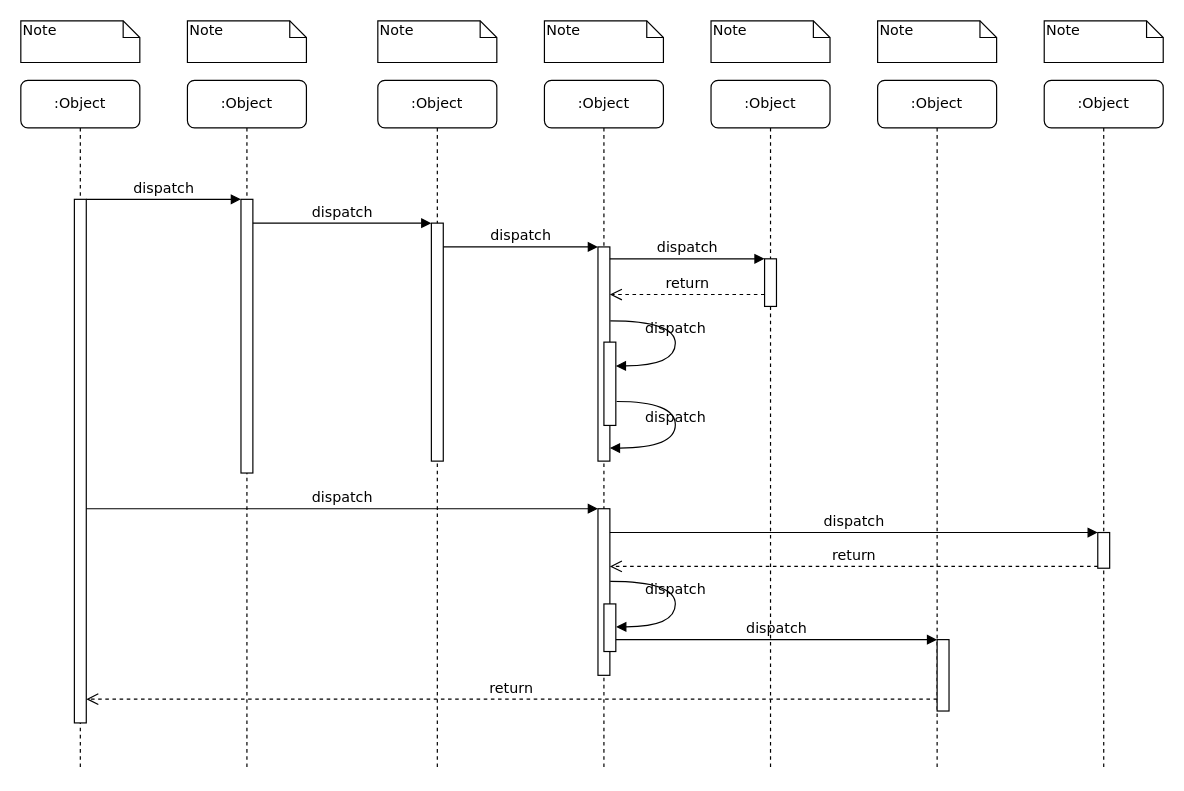
subing4438/proj keeps this draw.io diagram as Untitled Diagram.drawio. Above is the earlier version. Source tidied: cells renumbered, new cells numbered last; positions are measured from the earlier drawing's top-left corner, leaving out a move shared by most shapes. Both pictures are drawn from the tidied source at 119%, with x=0, y=0 at pixel (20, 20).
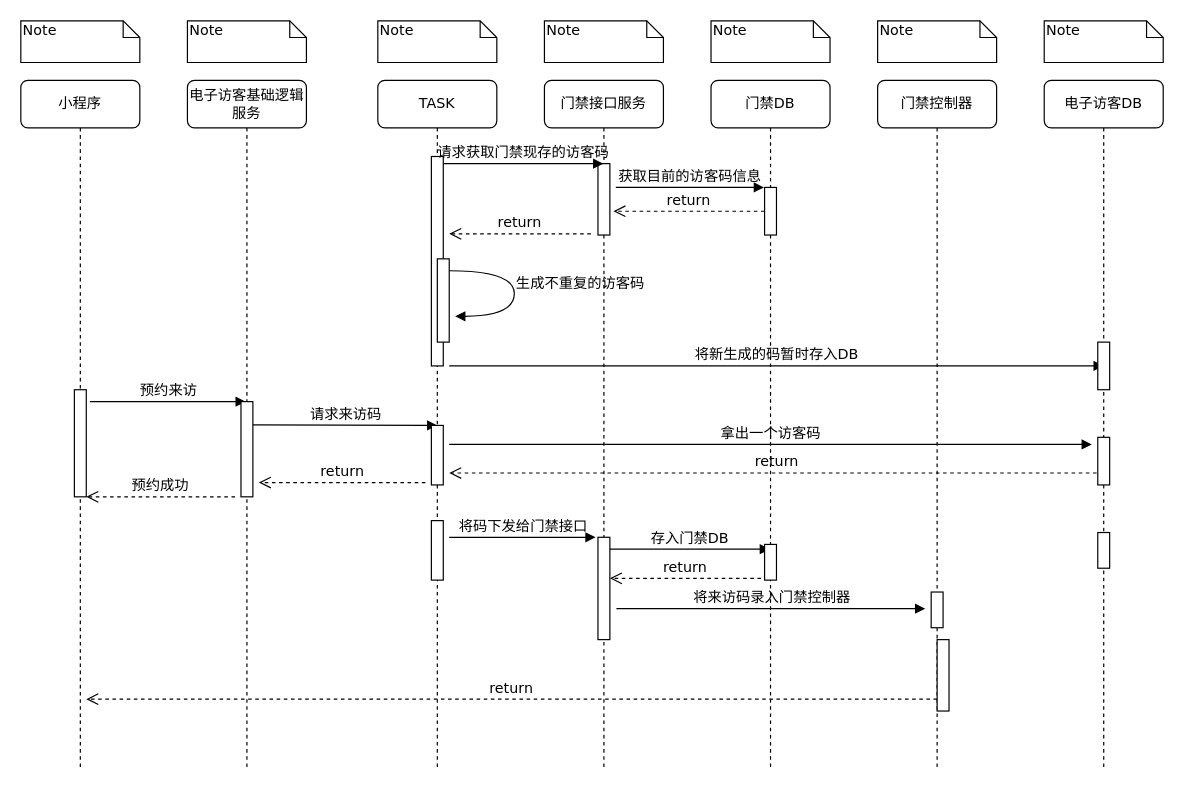
Above is the later version.

Commit message (it also covers changes not shown here):
电子访客流程图.drawio

The change refers to these unchanged cells:
```xml
<mxCell id="19" style="html=1;points=[];perimeter=orthogonalPerimeter;rounded=0;shadow=0;comic=0;labelBackgroundColor=none;strokeColor=#000000;strokeWidth=1;fillColor=#FFFFFF;fontFamily=Verdana;fontSize=12;fontColor=#000000;align=center;" parent="1" vertex="1">
  <mxGeometry x="905" y="430" width="10" height="30" as="geometry" />
</mxCell>
<mxCell id="22" style="html=1;points=[];perimeter=orthogonalPerimeter;rounded=0;shadow=0;comic=0;labelBackgroundColor=none;strokeWidth=1;fontFamily=Verdana;fontSize=12;align=center;" parent="1" vertex="1">
  <mxGeometry x="770" y="520" width="10" height="60" as="geometry" />
</mxCell>
```

The edit, as a diff of the source:
```diff
@@
-    <mxCell id="2" value=":Object" style="shape=umlLifeline;perimeter=lifelinePerimeter;whiteSpace=wrap;html=1;rounded=1;shadow=0;comic=0;labelBackgroundColor=none;strokeWidth=1;fontFamily=Verdana;fontSize=12;align=center;" parent="1" vertex="1">
+    <mxCell id="2" value="电子访客基础逻辑服务" style="shape=umlLifeline;perimeter=lifelinePerimeter;whiteSpace=wrap;html=1;rounded=1;shadow=0;comic=0;labelBackgroundColor=none;strokeWidth=1;fontFamily=Verdana;fontSize=12;align=center;" parent="1" vertex="1">
       <mxGeometry x="140" y="50" width="100" height="580" as="geometry" />
     </mxCell>
-    <mxCell id="3" style="html=1;points=[];perimeter=orthogonalPerimeter;rounded=0;shadow=0;comic=0;labelBackgroundColor=none;strokeWidth=1;fontFamily=Verdana;fontSize=12;align=center;" parent="2" vertex="1">
-      <mxGeometry x="45" y="100" width="10" height="230" as="geometry" />
-    </mxCell>
-    <mxCell id="4" value=":Object" style="shape=umlLifeline;perimeter=lifelinePerimeter;whiteSpace=wrap;html=1;rounded=1;shadow=0;comic=0;labelBackgroundColor=none;strokeWidth=1;fontFamily=Verdana;fontSize=12;align=center;" parent="1" vertex="1">
+    <mxCell id="4" value="TASK" style="shape=umlLifeline;perimeter=lifelinePerimeter;whiteSpace=wrap;html=1;rounded=1;shadow=0;comic=0;labelBackgroundColor=none;strokeWidth=1;fontFamily=Verdana;fontSize=12;align=center;" parent="1" vertex="1">
       <mxGeometry x="300" y="50" width="100" height="580" as="geometry" />
     </mxCell>
     <mxCell id="5" style="html=1;points=[];perimeter=orthogonalPerimeter;rounded=0;shadow=0;comic=0;labelBackgroundColor=none;strokeWidth=1;fontFamily=Verdana;fontSize=12;align=center;" parent="4" vertex="1">
-      <mxGeometry x="45" y="120" width="10" height="200" as="geometry" />
+      <mxGeometry x="45" y="64" width="10" height="176" as="geometry" />
     </mxCell>
-    <mxCell id="6" value=":Object" style="shape=umlLifeline;perimeter=lifelinePerimeter;whiteSpace=wrap;html=1;outlineConnect=0;rounded=1;shadow=0;comic=0;labelBackgroundColor=none;strokeWidth=1;fontFamily=Verdana;fontSize=12;align=center;" parent="1" vertex="1">
+    <mxCell id="6" value="门禁接口服务" style="shape=umlLifeline;perimeter=lifelinePerimeter;whiteSpace=wrap;html=1;outlineConnect=0;rounded=1;shadow=0;comic=0;labelBackgroundColor=none;strokeWidth=1;fontFamily=Verdana;fontSize=12;align=center;" parent="1" vertex="1">
       <mxGeometry x="440" y="50" width="100" height="580" as="geometry" />
     </mxCell>
-    <mxCell id="7" value=":Object" style="shape=umlLifeline;perimeter=lifelinePerimeter;whiteSpace=wrap;html=1;rounded=1;shadow=0;comic=0;labelBackgroundColor=none;strokeWidth=1;fontFamily=Verdana;fontSize=12;align=center;" parent="1" vertex="1">
+    <mxCell id="7" value="门禁DB" style="shape=umlLifeline;perimeter=lifelinePerimeter;whiteSpace=wrap;html=1;rounded=1;shadow=0;comic=0;labelBackgroundColor=none;strokeWidth=1;fontFamily=Verdana;fontSize=12;align=center;" parent="1" vertex="1">
       <mxGeometry x="580" y="50" width="100" height="580" as="geometry" />
     </mxCell>
-    <mxCell id="8" value=":Object" style="shape=umlLifeline;perimeter=lifelinePerimeter;whiteSpace=wrap;html=1;rounded=1;shadow=0;comic=0;labelBackgroundColor=none;strokeWidth=1;fontFamily=Verdana;fontSize=12;align=center;" parent="1" vertex="1">
+    <mxCell id="8" value="门禁控制器" style="shape=umlLifeline;perimeter=lifelinePerimeter;whiteSpace=wrap;html=1;rounded=1;shadow=0;comic=0;labelBackgroundColor=none;strokeWidth=1;fontFamily=Verdana;fontSize=12;align=center;" parent="1" vertex="1">
       <mxGeometry x="720" y="50" width="100" height="580" as="geometry" />
     </mxCell>
-    <mxCell id="9" value=":Object" style="shape=umlLifeline;perimeter=lifelinePerimeter;whiteSpace=wrap;html=1;rounded=1;shadow=0;comic=0;labelBackgroundColor=none;strokeWidth=1;fontFamily=Verdana;fontSize=12;align=center;" parent="1" vertex="1">
+    <mxCell id="9" value="电子访客DB" style="shape=umlLifeline;perimeter=lifelinePerimeter;whiteSpace=wrap;html=1;rounded=1;shadow=0;comic=0;labelBackgroundColor=none;strokeWidth=1;fontFamily=Verdana;fontSize=12;align=center;" parent="1" vertex="1">
       <mxGeometry x="860" y="50" width="100" height="580" as="geometry" />
     </mxCell>
-    <mxCell id="10" value=":Object" style="shape=umlLifeline;perimeter=lifelinePerimeter;whiteSpace=wrap;html=1;rounded=1;shadow=0;comic=0;labelBackgroundColor=none;strokeWidth=1;fontFamily=Verdana;fontSize=12;align=center;" parent="1" vertex="1">
+    <mxCell id="10" value="小程序" style="shape=umlLifeline;perimeter=lifelinePerimeter;whiteSpace=wrap;html=1;rounded=1;shadow=0;comic=0;labelBackgroundColor=none;strokeWidth=1;fontFamily=Verdana;fontSize=12;align=center;" parent="1" vertex="1">
       <mxGeometry y="50" width="100" height="580" as="geometry" />
     </mxCell>
-    <mxCell id="11" style="html=1;points=[];perimeter=orthogonalPerimeter;rounded=0;shadow=0;comic=0;labelBackgroundColor=none;strokeWidth=1;fontFamily=Verdana;fontSize=12;align=center;" parent="10" vertex="1">
-      <mxGeometry x="45" y="100" width="10" height="440" as="geometry" />
-    </mxCell>
     <mxCell id="12" style="html=1;points=[];perimeter=orthogonalPerimeter;rounded=0;shadow=0;comic=0;labelBackgroundColor=none;strokeWidth=1;fontFamily=Verdana;fontSize=12;align=center;" parent="1" vertex="1">
-      <mxGeometry x="485" y="190" width="10" height="180" as="geometry" />
+      <mxGeometry x="485" y="120" width="10" height="60" as="geometry" />
     </mxCell>
-    <mxCell id="13" value="dispatch" style="html=1;verticalAlign=bottom;endArrow=block;labelBackgroundColor=none;fontFamily=Verdana;fontSize=12;edgeStyle=elbowEdgeStyle;elbow=vertical;" parent="1" edge="1" source="5" target="12">
-      <mxGeometry relative="1" as="geometry">
-        <Array as="points">
-          <mxPoint x="360" y="190" />
-        </Array>
-      </mxGeometry>
-    </mxCell>
     <mxCell id="14" style="html=1;points=[];perimeter=orthogonalPerimeter;rounded=0;shadow=0;comic=0;labelBackgroundColor=none;strokeWidth=1;fontFamily=Verdana;fontSize=12;align=center;" parent="1" vertex="1">
-      <mxGeometry x="625" y="200" width="10" height="40" as="geometry" />
+      <mxGeometry x="625" y="140" width="10" height="40" as="geometry" />
     </mxCell>
-    <mxCell id="15" value="dispatch" style="html=1;verticalAlign=bottom;endArrow=block;entryX=0;entryY=0;labelBackgroundColor=none;fontFamily=Verdana;fontSize=12;edgeStyle=elbowEdgeStyle;elbow=vertical;" parent="1" edge="1" source="12" target="14">
-      <mxGeometry relative="1" as="geometry" />
-    </mxCell>
-    <mxCell id="16" value="return" style="html=1;verticalAlign=bottom;endArrow=open;dashed=1;endSize=8;labelBackgroundColor=none;fontFamily=Verdana;fontSize=12;edgeStyle=elbowEdgeStyle;elbow=vertical;" parent="1" edge="1" source="14" target="12">
+    <mxCell id="16" value="return" style="html=1;verticalAlign=bottom;endArrow=open;dashed=1;endSize=8;labelBackgroundColor=none;fontFamily=Verdana;fontSize=12;edgeStyle=elbowEdgeStyle;elbow=vertical;" parent="1" edge="1" source="14">
       <mxGeometry relative="1" as="geometry">
+        <mxPoint x="498" y="160" as="targetPoint" />
         <Array as="points">
-          <mxPoint x="570" y="230" />
-          <mxPoint x="600" y="230" />
+          <mxPoint x="590" y="160" />
         </Array>
       </mxGeometry>
     </mxCell>
-    <mxCell id="17" style="html=1;points=[];perimeter=orthogonalPerimeter;rounded=0;shadow=0;comic=0;labelBackgroundColor=none;strokeWidth=1;fontFamily=Verdana;fontSize=12;align=center;" parent="1" vertex="1">
-      <mxGeometry x="485" y="410" width="10" height="140" as="geometry" />
-    </mxCell>
-    <mxCell id="18" value="dispatch" style="html=1;verticalAlign=bottom;endArrow=block;entryX=0;entryY=0;labelBackgroundColor=none;fontFamily=Verdana;fontSize=12;" parent="1" edge="1" source="11" target="17">
-      <mxGeometry relative="1" as="geometry" />
+    <mxCell id="18" value="请求来访码" style="html=1;verticalAlign=bottom;endArrow=block;labelBackgroundColor=none;fontFamily=Verdana;fontSize=12;" parent="1" edge="1">
+      <mxGeometry relative="1" as="geometry">
+        <mxPoint x="195" y="339.5" as="sourcePoint" />
+        <mxPoint x="350" y="340" as="targetPoint" />
+      </mxGeometry>
     </mxCell>
@@
-    <mxCell id="20" value="dispatch" style="html=1;verticalAlign=bottom;endArrow=block;entryX=0;entryY=0;labelBackgroundColor=none;fontFamily=Verdana;fontSize=12;" parent="1" edge="1" source="17" target="19">
-      <mxGeometry relative="1" as="geometry" />
-    </mxCell>
-    <mxCell id="21" value="return" style="html=1;verticalAlign=bottom;endArrow=open;dashed=1;endSize=8;exitX=0;exitY=0.95;labelBackgroundColor=none;fontFamily=Verdana;fontSize=12;" parent="1" edge="1" source="19" target="17">
-      <mxGeometry relative="1" as="geometry" />
-    </mxCell>
@@
-    <mxCell id="23" value="dispatch" style="html=1;verticalAlign=bottom;endArrow=block;entryX=0;entryY=0;labelBackgroundColor=none;fontFamily=Verdana;fontSize=12;edgeStyle=elbowEdgeStyle;elbow=vertical;" parent="1" edge="1" source="30" target="22">
-      <mxGeometry relative="1" as="geometry" />
-    </mxCell>
-    <mxCell id="24" value="return" style="html=1;verticalAlign=bottom;endArrow=open;dashed=1;endSize=8;labelBackgroundColor=none;fontFamily=Verdana;fontSize=12;edgeStyle=elbowEdgeStyle;elbow=vertical;" parent="1" edge="1" source="22" target="11">
+    <mxCell id="24" value="return" style="html=1;verticalAlign=bottom;endArrow=open;dashed=1;endSize=8;labelBackgroundColor=none;fontFamily=Verdana;fontSize=12;edgeStyle=elbowEdgeStyle;elbow=vertical;" parent="1" edge="1" source="22">
       <mxGeometry relative="1" as="geometry">
+        <mxPoint x="55" y="570" as="targetPoint" />
         <Array as="points">
           <mxPoint x="470" y="570" />
         </Array>
       </mxGeometry>
     </mxCell>
-    <mxCell id="25" value="dispatch" style="html=1;verticalAlign=bottom;endArrow=block;entryX=0;entryY=0;labelBackgroundColor=none;fontFamily=Verdana;fontSize=12;edgeStyle=elbowEdgeStyle;elbow=vertical;" parent="1" edge="1" source="11" target="3">
-      <mxGeometry relative="1" as="geometry" />
-    </mxCell>
-    <mxCell id="26" value="dispatch" style="html=1;verticalAlign=bottom;endArrow=block;entryX=0;entryY=0;labelBackgroundColor=none;fontFamily=Verdana;fontSize=12;edgeStyle=elbowEdgeStyle;elbow=vertical;" parent="1" edge="1" source="3" target="5">
-      <mxGeometry relative="1" as="geometry" />
-    </mxCell>
     <mxCell id="27" style="html=1;points=[];perimeter=orthogonalPerimeter;rounded=0;shadow=0;comic=0;labelBackgroundColor=none;strokeWidth=1;fontFamily=Verdana;fontSize=12;align=center;" parent="1" vertex="1">
-      <mxGeometry x="490" y="270" width="10" height="70" as="geometry" />
+      <mxGeometry x="350" y="200" width="10" height="70" as="geometry" />
     </mxCell>
-    <mxCell id="28" value="dispatch" style="html=1;verticalAlign=bottom;endArrow=block;labelBackgroundColor=none;fontFamily=Verdana;fontSize=12;elbow=vertical;edgeStyle=orthogonalEdgeStyle;curved=1;entryX=1;entryY=0.286;entryPerimeter=0;exitX=1.038;exitY=0.345;exitPerimeter=0;" parent="1" edge="1" source="12" target="27">
-      <mxGeometry relative="1" as="geometry">
-        <Array as="points">
-          <mxPoint x="550" y="252" />
-          <mxPoint x="550" y="290" />
-        </Array>
-      </mxGeometry>
-    </mxCell>
-    <mxCell id="29" value="dispatch" style="html=1;verticalAlign=bottom;endArrow=block;labelBackgroundColor=none;fontFamily=Verdana;fontSize=12;elbow=vertical;edgeStyle=orthogonalEdgeStyle;curved=1;exitX=1.066;exitY=0.713;exitPerimeter=0;" parent="1" edge="1" source="27">
-      <mxGeometry relative="1" as="geometry">
-        <mxPoint x="495" y="359" as="targetPoint" />
-        <Array as="points">
-          <mxPoint x="550" y="320" />
-          <mxPoint x="550" y="359" />
-        </Array>
-      </mxGeometry>
-    </mxCell>
     <mxCell id="30" style="html=1;points=[];perimeter=orthogonalPerimeter;rounded=0;shadow=0;comic=0;labelBackgroundColor=none;strokeWidth=1;fontFamily=Verdana;fontSize=12;align=center;" parent="1" vertex="1">
-      <mxGeometry x="490" y="490" width="10" height="40" as="geometry" />
+      <mxGeometry x="485" y="434" width="10" height="86" as="geometry" />
     </mxCell>
-    <mxCell id="31" value="dispatch" style="html=1;verticalAlign=bottom;endArrow=block;labelBackgroundColor=none;fontFamily=Verdana;fontSize=12;elbow=vertical;edgeStyle=orthogonalEdgeStyle;curved=1;entryX=1;entryY=0.286;entryPerimeter=0;exitX=1.038;exitY=0.345;exitPerimeter=0;" parent="1" edge="1">
-      <mxGeometry relative="1" as="geometry">
-        <mxPoint x="495.3" y="471" as="sourcePoint" />
-        <mxPoint x="500.3" y="509.3" as="targetPoint" />
-        <Array as="points">
-          <mxPoint x="550" y="471" />
-          <mxPoint x="550" y="509" />
-        </Array>
-      </mxGeometry>
-    </mxCell>
@@
+    <mxCell id="39" value="请求获取门禁现存的访客码" style="html=1;verticalAlign=bottom;endArrow=block;labelBackgroundColor=none;fontFamily=Verdana;fontSize=12;edgeStyle=elbowEdgeStyle;elbow=vertical;" parent="1" edge="1" target="6">
+      <mxGeometry relative="1" as="geometry">
+        <mxPoint x="355" y="120" as="sourcePoint" />
+        <Array as="points">
+          <mxPoint x="450" y="120" />
+          <mxPoint x="360" y="110" />
+        </Array>
+      </mxGeometry>
+    </mxCell>
+    <mxCell id="40" value="获取目前的访客码信息" style="html=1;verticalAlign=bottom;endArrow=block;labelBackgroundColor=none;fontFamily=Verdana;fontSize=12;edgeStyle=elbowEdgeStyle;elbow=vertical;" parent="1" edge="1">
+      <mxGeometry relative="1" as="geometry">
+        <mxPoint x="500" y="140" as="sourcePoint" />
+        <mxPoint x="624.5" y="140" as="targetPoint" />
+      </mxGeometry>
+    </mxCell>
+    <mxCell id="41" value="return" style="html=1;verticalAlign=bottom;endArrow=open;dashed=1;endSize=8;labelBackgroundColor=none;fontFamily=Verdana;fontSize=12;edgeStyle=elbowEdgeStyle;elbow=vertical;" parent="1" edge="1">
+      <mxGeometry relative="1" as="geometry">
+        <mxPoint x="479" y="179" as="sourcePoint" />
+        <mxPoint x="360" y="179" as="targetPoint" />
+        <Array as="points">
+          <mxPoint x="479" y="179" />
+        </Array>
+      </mxGeometry>
+    </mxCell>
+    <mxCell id="42" value="生成不重复的访客码" style="html=1;verticalAlign=bottom;endArrow=block;labelBackgroundColor=none;fontFamily=Verdana;fontSize=12;elbow=vertical;edgeStyle=orthogonalEdgeStyle;curved=1;entryX=1;entryY=0.286;entryPerimeter=0;exitX=1.038;exitY=0.345;exitPerimeter=0;" parent="1" edge="1">
+      <mxGeometry x="0.05" y="55" relative="1" as="geometry">
+        <mxPoint x="360" y="210" as="sourcePoint" />
+        <mxPoint x="365" y="248.3" as="targetPoint" />
+        <Array as="points">
+          <mxPoint x="414.7" y="210" />
+          <mxPoint x="414.7" y="248" />
+        </Array>
+      </mxGeometry>
+    </mxCell>
+    <mxCell id="43" value="将新生成的码暂时存入DB" style="html=1;verticalAlign=bottom;endArrow=block;labelBackgroundColor=none;fontFamily=Verdana;fontSize=12;edgeStyle=elbowEdgeStyle;elbow=vertical;" parent="1" edge="1">
+      <mxGeometry relative="1" as="geometry">
+        <mxPoint x="360" y="290" as="sourcePoint" />
+        <mxPoint x="910" y="290" as="targetPoint" />
+        <Array as="points">
+          <mxPoint x="419" y="290" />
+          <mxPoint x="454.5" y="270" />
+          <mxPoint x="364.5" y="260" />
+        </Array>
+      </mxGeometry>
+    </mxCell>
+    <mxCell id="44" style="html=1;perimeter=orthogonalPerimeter;rounded=0;shadow=0;comic=0;labelBackgroundColor=none;strokeWidth=1;fontFamily=Verdana;fontSize=12;align=center;" parent="1" vertex="1">
+      <mxGeometry x="45" y="310" width="10" height="90" as="geometry" />
+    </mxCell>
+    <mxCell id="45" value="预约来访" style="html=1;verticalAlign=bottom;endArrow=block;labelBackgroundColor=none;fontFamily=Verdana;fontSize=12;" parent="1" edge="1">
+      <mxGeometry relative="1" as="geometry">
+        <mxPoint x="58" y="320" as="sourcePoint" />
+        <mxPoint x="189" y="320" as="targetPoint" />
+      </mxGeometry>
+    </mxCell>
+    <mxCell id="46" style="html=1;perimeter=orthogonalPerimeter;rounded=0;shadow=0;comic=0;labelBackgroundColor=none;strokeWidth=1;fontFamily=Verdana;fontSize=12;align=center;" parent="1" vertex="1">
+      <mxGeometry x="185" y="320" width="10" height="80" as="geometry" />
+    </mxCell>
+    <mxCell id="47" style="html=1;perimeter=orthogonalPerimeter;rounded=0;shadow=0;comic=0;labelBackgroundColor=none;strokeWidth=1;fontFamily=Verdana;fontSize=12;align=center;" parent="1" vertex="1">
+      <mxGeometry x="345" y="340" width="10" height="50" as="geometry" />
+    </mxCell>
+    <mxCell id="48" value="拿出一个访客码" style="html=1;verticalAlign=bottom;endArrow=block;labelBackgroundColor=none;fontFamily=Verdana;fontSize=12;edgeStyle=elbowEdgeStyle;elbow=vertical;" parent="1" edge="1">
+      <mxGeometry relative="1" as="geometry">
+        <mxPoint x="360" y="356" as="sourcePoint" />
+        <mxPoint x="900" y="356" as="targetPoint" />
+        <Array as="points">
+          <mxPoint x="419" y="356" />
+          <mxPoint x="454.5" y="336" />
+          <mxPoint x="364.5" y="326" />
+        </Array>
+      </mxGeometry>
+    </mxCell>
+    <mxCell id="21" value="return" style="html=1;verticalAlign=bottom;endArrow=open;dashed=1;endSize=8;exitX=0;exitY=0.95;labelBackgroundColor=none;fontFamily=Verdana;fontSize=12;" parent="1" edge="1">
+      <mxGeometry relative="1" as="geometry">
+        <mxPoint x="910" y="380" as="sourcePoint" />
+        <mxPoint x="360" y="380" as="targetPoint" />
+      </mxGeometry>
+    </mxCell>
+    <mxCell id="49" style="html=1;perimeter=orthogonalPerimeter;rounded=0;shadow=0;comic=0;labelBackgroundColor=none;strokeWidth=1;fontFamily=Verdana;fontSize=12;align=center;" parent="1" vertex="1">
+      <mxGeometry x="905" y="270" width="10" height="40" as="geometry" />
+    </mxCell>
+    <mxCell id="50" style="html=1;perimeter=orthogonalPerimeter;rounded=0;shadow=0;comic=0;labelBackgroundColor=none;strokeWidth=1;fontFamily=Verdana;fontSize=12;align=center;" parent="1" vertex="1">
+      <mxGeometry x="905" y="350" width="10" height="40" as="geometry" />
+    </mxCell>
+    <mxCell id="51" value="将码下发给门禁接口" style="html=1;verticalAlign=bottom;endArrow=block;labelBackgroundColor=none;fontFamily=Verdana;fontSize=12;edgeStyle=elbowEdgeStyle;elbow=vertical;entryX=-0.2;entryY=0;entryDx=0;entryDy=0;entryPerimeter=0;" parent="1" edge="1" target="30">
+      <mxGeometry relative="1" as="geometry">
+        <mxPoint x="360" y="434" as="sourcePoint" />
+        <Array as="points">
+          <mxPoint x="419" y="434" />
+          <mxPoint x="454.5" y="414" />
+          <mxPoint x="364.5" y="404" />
+        </Array>
+      </mxGeometry>
+    </mxCell>
+    <mxCell id="52" value="存入门禁DB" style="html=1;verticalAlign=bottom;endArrow=block;labelBackgroundColor=none;fontFamily=Verdana;fontSize=12;edgeStyle=elbowEdgeStyle;elbow=horizontal;" parent="1" edge="1">
+      <mxGeometry relative="1" as="geometry">
+        <mxPoint x="495" y="444" as="sourcePoint" />
+        <mxPoint x="629.5" y="444" as="targetPoint" />
+        <Array as="points">
+          <mxPoint x="554" y="444" />
+          <mxPoint x="589.5" y="424" />
+          <mxPoint x="499.5" y="414" />
+        </Array>
+      </mxGeometry>
+    </mxCell>
+    <mxCell id="53" value="return" style="html=1;verticalAlign=bottom;endArrow=open;dashed=1;endSize=8;labelBackgroundColor=none;fontFamily=Verdana;fontSize=12;edgeStyle=elbowEdgeStyle;elbow=vertical;" parent="1" edge="1">
+      <mxGeometry relative="1" as="geometry">
+        <mxPoint x="622" y="468.5" as="sourcePoint" />
+        <mxPoint x="495" y="468.5" as="targetPoint" />
+        <Array as="points">
+          <mxPoint x="587" y="468.5" />
+        </Array>
+      </mxGeometry>
+    </mxCell>
+    <mxCell id="54" value="将来访码录入门禁控制器" style="html=1;verticalAlign=bottom;endArrow=block;labelBackgroundColor=none;fontFamily=Verdana;fontSize=12;edgeStyle=elbowEdgeStyle;elbow=horizontal;" parent="1" edge="1">
+      <mxGeometry relative="1" as="geometry">
+        <mxPoint x="500.5" y="494" as="sourcePoint" />
+        <mxPoint x="760" y="494" as="targetPoint" />
+        <Array as="points">
+          <mxPoint x="559.5" y="494" />
+          <mxPoint x="595" y="474" />
+          <mxPoint x="505" y="464" />
+        </Array>
+      </mxGeometry>
+    </mxCell>
+    <mxCell id="55" value="return" style="html=1;verticalAlign=bottom;endArrow=open;dashed=1;endSize=8;labelBackgroundColor=none;fontFamily=Verdana;fontSize=12;" parent="1" edge="1">
+      <mxGeometry relative="1" as="geometry">
+        <mxPoint x="340" y="388" as="sourcePoint" />
+        <mxPoint x="200" y="388" as="targetPoint" />
+      </mxGeometry>
+    </mxCell>
+    <mxCell id="56" value="预约成功" style="html=1;verticalAlign=bottom;endArrow=open;dashed=1;endSize=8;labelBackgroundColor=none;fontFamily=Verdana;fontSize=12;" parent="1" edge="1">
+      <mxGeometry relative="1" as="geometry">
+        <mxPoint x="180" y="400" as="sourcePoint" />
+        <mxPoint x="55" y="400" as="targetPoint" />
+      </mxGeometry>
+    </mxCell>
+    <mxCell id="57" style="html=1;perimeter=orthogonalPerimeter;rounded=0;shadow=0;comic=0;labelBackgroundColor=none;strokeWidth=1;fontFamily=Verdana;fontSize=12;align=center;" parent="1" vertex="1">
+      <mxGeometry x="345" y="420" width="10" height="50" as="geometry" />
+    </mxCell>
+    <mxCell id="58" style="html=1;perimeter=orthogonalPerimeter;rounded=0;shadow=0;comic=0;labelBackgroundColor=none;strokeColor=#000000;strokeWidth=1;fillColor=#FFFFFF;fontFamily=Verdana;fontSize=12;fontColor=#000000;align=center;" parent="1" vertex="1">
+      <mxGeometry x="625" y="440" width="10" height="30" as="geometry" />
+    </mxCell>
+    <mxCell id="59" style="html=1;perimeter=orthogonalPerimeter;rounded=0;shadow=0;comic=0;labelBackgroundColor=none;strokeColor=#000000;strokeWidth=1;fillColor=#FFFFFF;fontFamily=Verdana;fontSize=12;fontColor=#000000;align=center;" parent="1" vertex="1">
+      <mxGeometry x="765" y="480" width="10" height="30" as="geometry" />
+    </mxCell>
```
